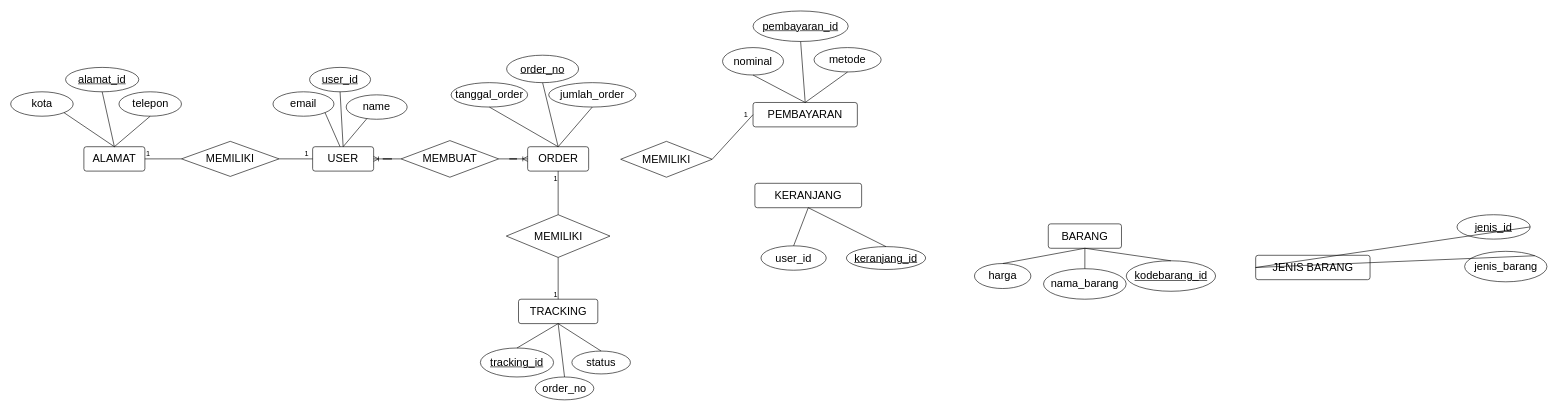
Above: Basis Data.drawio in WisanggeniSuryo/USM (draw.io), before the change. Source tidied: cells renumbered, new cells numbered last; positions are measured from the earlier drawing's top-left corner, leaving out a move shared by most shapes. Both pictures are drawn from the tidied source at 61%, with x=0, y=0 at pixel (10, 11).
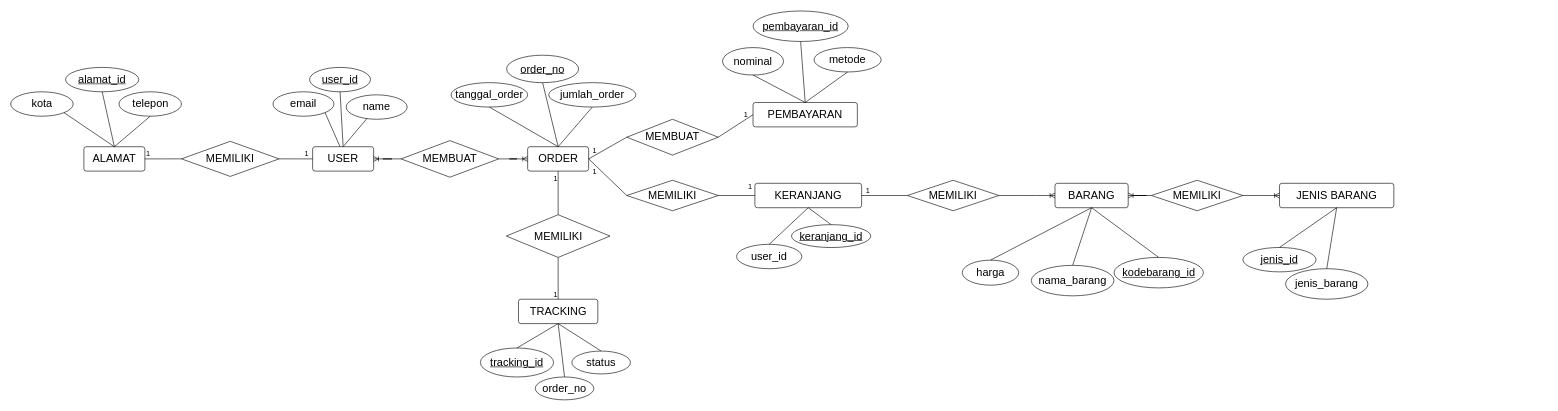
The same page after the edit.

The change refers to these unchanged cells:
```xml
<mxCell id="20" value="&lt;font style=&quot;font-size: 18px;&quot;&gt;ORDER&lt;/font&gt;" style="rounded=1;arcSize=10;whiteSpace=wrap;html=1;align=center;" parent="1" vertex="1">
  <mxGeometry x="847.5" y="222" width="100" height="40" as="geometry" />
</mxCell>
<mxCell id="22" value="&lt;font style=&quot;font-size: 18px;&quot;&gt;KERANJANG&lt;/font&gt;" style="rounded=1;arcSize=10;whiteSpace=wrap;html=1;align=center;" parent="1" vertex="1">
  <mxGeometry x="1220" y="282" width="175" height="40" as="geometry" />
</mxCell>
```

Diff of the diagram source:
```diff
@@
     <mxCell id="10" value="&lt;span style=&quot;font-size: 18px;&quot;&gt;keranjang_id&lt;/span&gt;" style="ellipse;whiteSpace=wrap;html=1;shadow=0;fontStyle=4;" parent="1" vertex="1">
-      <mxGeometry x="1370" y="385.8" width="130" height="37.5" as="geometry" />
+      <mxGeometry x="1280" y="349.8" width="130" height="37.5" as="geometry" />
     </mxCell>
     <mxCell id="11" value="&lt;font style=&quot;font-size: 18px;&quot;&gt;user_id&lt;/font&gt;" style="ellipse;whiteSpace=wrap;html=1;" parent="1" vertex="1">
-      <mxGeometry x="1230" y="384.5" width="107" height="40" as="geometry" />
+      <mxGeometry x="1190" y="382" width="107" height="40" as="geometry" />
     </mxCell>
@@
-    <mxCell id="23" value="&lt;span style=&quot;font-size: 18px;&quot;&gt;MEMILIKI&lt;/span&gt;" style="rhombus;whiteSpace=wrap;html=1;" parent="1" vertex="1">
-      <mxGeometry x="1000" y="213.2" width="150" height="58.8" as="geometry" />
+    <mxCell id="23" value="&lt;span style=&quot;font-size: 18px;&quot;&gt;MEMBUAT&lt;/span&gt;" style="rhombus;whiteSpace=wrap;html=1;" parent="1" vertex="1">
+      <mxGeometry x="1010" y="177" width="150" height="58.8" as="geometry" />
     </mxCell>
     <mxCell id="24" value="&lt;span style=&quot;font-size: 18px;&quot;&gt;BARANG&lt;/span&gt;" style="rounded=1;arcSize=10;whiteSpace=wrap;html=1;align=center;" parent="1" vertex="1">
-      <mxGeometry x="1701" y="348.5" width="120" height="40" as="geometry" />
+      <mxGeometry x="1712" y="282" width="120" height="40" as="geometry" />
     </mxCell>
     <mxCell id="25" value="&lt;span style=&quot;font-size: 18px;&quot;&gt;nama_barang&lt;/span&gt;" style="ellipse;whiteSpace=wrap;html=1;shadow=0;fontStyle=0;" parent="1" vertex="1">
-      <mxGeometry x="1693.2" y="422" width="135.5" height="50" as="geometry" />
+      <mxGeometry x="1673.2" y="416.5" width="135.5" height="50" as="geometry" />
     </mxCell>
     <mxCell id="26" value="&lt;span style=&quot;font-size: 18px;&quot;&gt;kodebarang_id&lt;/span&gt;" style="ellipse;whiteSpace=wrap;html=1;shadow=0;fontStyle=4;" parent="1" vertex="1">
-      <mxGeometry x="1828.8" y="409" width="146.5" height="50" as="geometry" />
+      <mxGeometry x="1808.8" y="403.5" width="146.5" height="50" as="geometry" />
     </mxCell>
     <mxCell id="27" value="&lt;span style=&quot;font-size: 18px;&quot;&gt;harga&lt;/span&gt;" style="ellipse;whiteSpace=wrap;html=1;shadow=0;fontStyle=0;" parent="1" vertex="1">
-      <mxGeometry x="1580" y="413.5" width="92.5" height="41" as="geometry" />
+      <mxGeometry x="1560" y="408" width="92.5" height="41" as="geometry" />
     </mxCell>
     <mxCell id="28" value="&lt;span style=&quot;font-size: 18px;&quot;&gt;JENIS BARANG&lt;/span&gt;" style="rounded=1;arcSize=10;whiteSpace=wrap;html=1;align=center;" parent="1" vertex="1">
-      <mxGeometry x="2041" y="400" width="187.5" height="40" as="geometry" />
+      <mxGeometry x="2080" y="282" width="187.5" height="40" as="geometry" />
     </mxCell>
     <mxCell id="29" value="&lt;span style=&quot;font-size: 18px;&quot;&gt;jenis_barang&lt;/span&gt;" style="ellipse;whiteSpace=wrap;html=1;shadow=0;fontStyle=0;" parent="1" vertex="1">
-      <mxGeometry x="2383.5" y="393.5" width="135" height="50" as="geometry" />
+      <mxGeometry x="2090" y="422" width="135" height="50" as="geometry" />
     </mxCell>
@@
     <mxCell id="54" value="&lt;span style=&quot;font-size: 18px;&quot;&gt;jenis_id&lt;/span&gt;" style="ellipse;whiteSpace=wrap;html=1;shadow=0;fontStyle=4;" parent="1" vertex="1">
-      <mxGeometry x="2371" y="333.5" width="120" height="40" as="geometry" />
+      <mxGeometry x="2020" y="387.2" width="120" height="40" as="geometry" />
     </mxCell>
-    <mxCell id="55" style="endArrow=none;html=1;rounded=0;exitX=1;exitY=0.5;exitDx=0;exitDy=0;entryX=0;entryY=0.5;entryDx=0;entryDy=0;" parent="1" edge="1" source="54" target="28">
+    <mxCell id="55" style="endArrow=none;html=1;rounded=0;exitX=0.5;exitY=0;exitDx=0;exitDy=0;entryX=0.5;entryY=1;entryDx=0;entryDy=0;" parent="1" edge="1" source="54" target="28">
       <mxGeometry relative="1" as="geometry" />
     </mxCell>
-    <mxCell id="56" style="endArrow=none;html=1;rounded=0;exitX=1;exitY=0;exitDx=0;exitDy=0;entryX=0;entryY=0.5;entryDx=0;entryDy=0;" parent="1" edge="1" source="29" target="28">
+    <mxCell id="56" style="endArrow=none;html=1;rounded=0;exitX=0.5;exitY=0;exitDx=0;exitDy=0;entryX=0.5;entryY=1;entryDx=0;entryDy=0;" parent="1" edge="1" source="29" target="28">
       <mxGeometry relative="1" as="geometry" />
     </mxCell>
@@
+    <mxCell id="70" value="&lt;span style=&quot;font-size: 18px;&quot;&gt;MEMILIKI&lt;/span&gt;" style="rhombus;whiteSpace=wrap;html=1;" parent="1" vertex="1">
+      <mxGeometry x="1010" y="277" width="150" height="50" as="geometry" />
+    </mxCell>
+    <mxCell id="71" style="endArrow=none;html=1;rounded=0;exitX=0;exitY=0.5;exitDx=0;exitDy=0;entryX=1;entryY=0.5;entryDx=0;entryDy=0;" parent="1" edge="1" source="23" target="20">
+      <mxGeometry relative="1" as="geometry" />
+    </mxCell>
+    <mxCell id="72" value="1" style="html=1;whiteSpace=wrap;align=right;verticalAlign=bottom;" parent="71" vertex="1">
+      <mxGeometry x="1" relative="1" as="geometry">
+        <mxPoint x="15" y="-6" as="offset" />
+      </mxGeometry>
+    </mxCell>
+    <mxCell id="73" style="endArrow=none;html=1;rounded=0;exitX=1;exitY=0.5;exitDx=0;exitDy=0;entryX=0;entryY=0.5;entryDx=0;entryDy=0;" parent="1" edge="1" source="70" target="22">
+      <mxGeometry relative="1" as="geometry" />
+    </mxCell>
+    <mxCell id="74" value="1" style="html=1;whiteSpace=wrap;align=right;verticalAlign=bottom;" parent="73" vertex="1">
+      <mxGeometry x="1" relative="1" as="geometry">
+        <mxPoint x="-3" y="-6" as="offset" />
+      </mxGeometry>
+    </mxCell>
+    <mxCell id="75" style="endArrow=none;html=1;rounded=0;exitX=0;exitY=0.5;exitDx=0;exitDy=0;entryX=1;entryY=0.5;entryDx=0;entryDy=0;" parent="1" edge="1" source="70" target="20">
+      <mxGeometry relative="1" as="geometry" />
+    </mxCell>
+    <mxCell id="76" value="1" style="html=1;whiteSpace=wrap;align=right;verticalAlign=bottom;" parent="75" vertex="1">
+      <mxGeometry x="1" relative="1" as="geometry">
+        <mxPoint x="15" y="30" as="offset" />
+      </mxGeometry>
+    </mxCell>
+    <mxCell id="77" style="edgeStyle=entityRelationEdgeStyle;fontSize=12;html=1;endArrow=ERoneToMany;rounded=0;exitX=1;exitY=0.5;exitDx=0;exitDy=0;entryX=0;entryY=0.5;entryDx=0;entryDy=0;" parent="1" edge="1" source="78" target="24">
+      <mxGeometry relative="1" as="geometry" />
+    </mxCell>
+    <mxCell id="78" value="&lt;span style=&quot;font-size: 18px;&quot;&gt;MEMILIKI&lt;/span&gt;" style="rhombus;whiteSpace=wrap;html=1;" parent="1" vertex="1">
+      <mxGeometry x="1470" y="277" width="150" height="50" as="geometry" />
+    </mxCell>
+    <mxCell id="79" style="endArrow=none;html=1;rounded=0;entryX=1;entryY=0.5;entryDx=0;entryDy=0;exitX=0;exitY=0.5;exitDx=0;exitDy=0;" parent="1" edge="1" source="78" target="22">
+      <mxGeometry relative="1" as="geometry" />
+    </mxCell>
+    <mxCell id="80" value="1" style="html=1;whiteSpace=wrap;align=right;verticalAlign=bottom;" parent="79" vertex="1">
+      <mxGeometry x="1" relative="1" as="geometry">
+        <mxPoint x="15" as="offset" />
+      </mxGeometry>
+    </mxCell>
+    <mxCell id="81" value="&lt;span style=&quot;font-size: 18px;&quot;&gt;MEMILIKI&lt;/span&gt;" style="rhombus;whiteSpace=wrap;html=1;" parent="1" vertex="1">
+      <mxGeometry x="1870" y="277" width="150" height="50" as="geometry" />
+    </mxCell>
+    <mxCell id="82" style="edgeStyle=entityRelationEdgeStyle;fontSize=12;html=1;endArrow=ERoneToMany;rounded=0;entryX=0;entryY=0.5;entryDx=0;entryDy=0;exitX=1;exitY=0.5;exitDx=0;exitDy=0;" parent="1" edge="1" source="81" target="28">
+      <mxGeometry relative="1" as="geometry" />
+    </mxCell>
+    <mxCell id="83" style="edgeStyle=entityRelationEdgeStyle;fontSize=12;html=1;endArrow=ERoneToMany;rounded=0;entryX=1;entryY=0.5;entryDx=0;entryDy=0;exitX=0;exitY=0.5;exitDx=0;exitDy=0;" parent="1" edge="1" source="81" target="24">
+      <mxGeometry relative="1" as="geometry" />
+    </mxCell>
```
